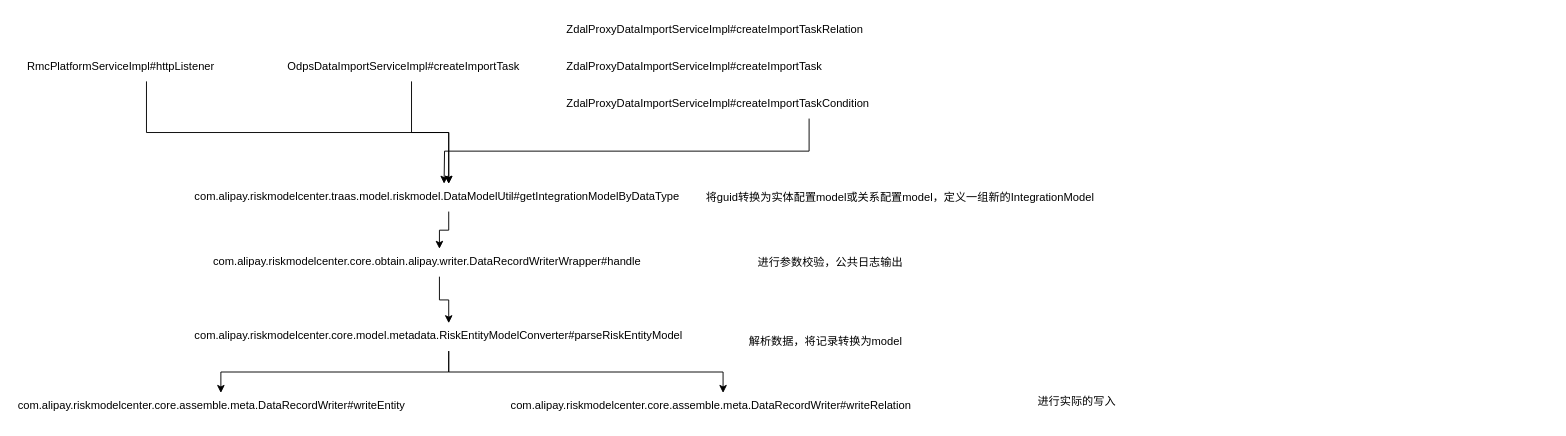
The draw.io diagram Untitled Diagram.drawio in frankneu/draw.io, before the edit. Source tidied: cells renumbered, new cells numbered last; positions are measured from the earlier drawing's top-left corner, leaving out a move shared by most shapes. Both pictures are drawn from the tidied source at 93%, with x=0, y=0 at pixel (16, 16).
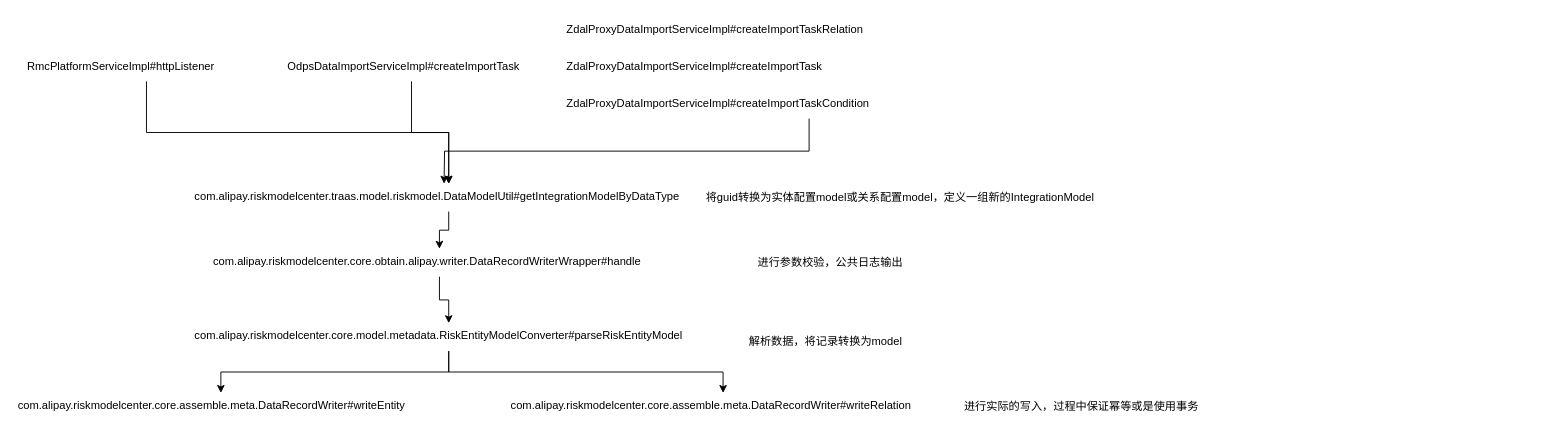
After the change.

What changed in the source:
```diff
@@
-    <mxCell id="22" value="进行实际的写入" style="text;html=1;align=center;verticalAlign=middle;" parent="1" vertex="1">
-      <mxGeometry x="1090" y="405" width="100" height="20" as="geometry" />
+    <mxCell id="22" value="进行实际的写入，过程中保证幂等或是使用事务" style="text;html=1;align=center;verticalAlign=middle;" parent="1" vertex="1">
+      <mxGeometry x="1010" y="410" width="270" height="20" as="geometry" />
     </mxCell>
```
